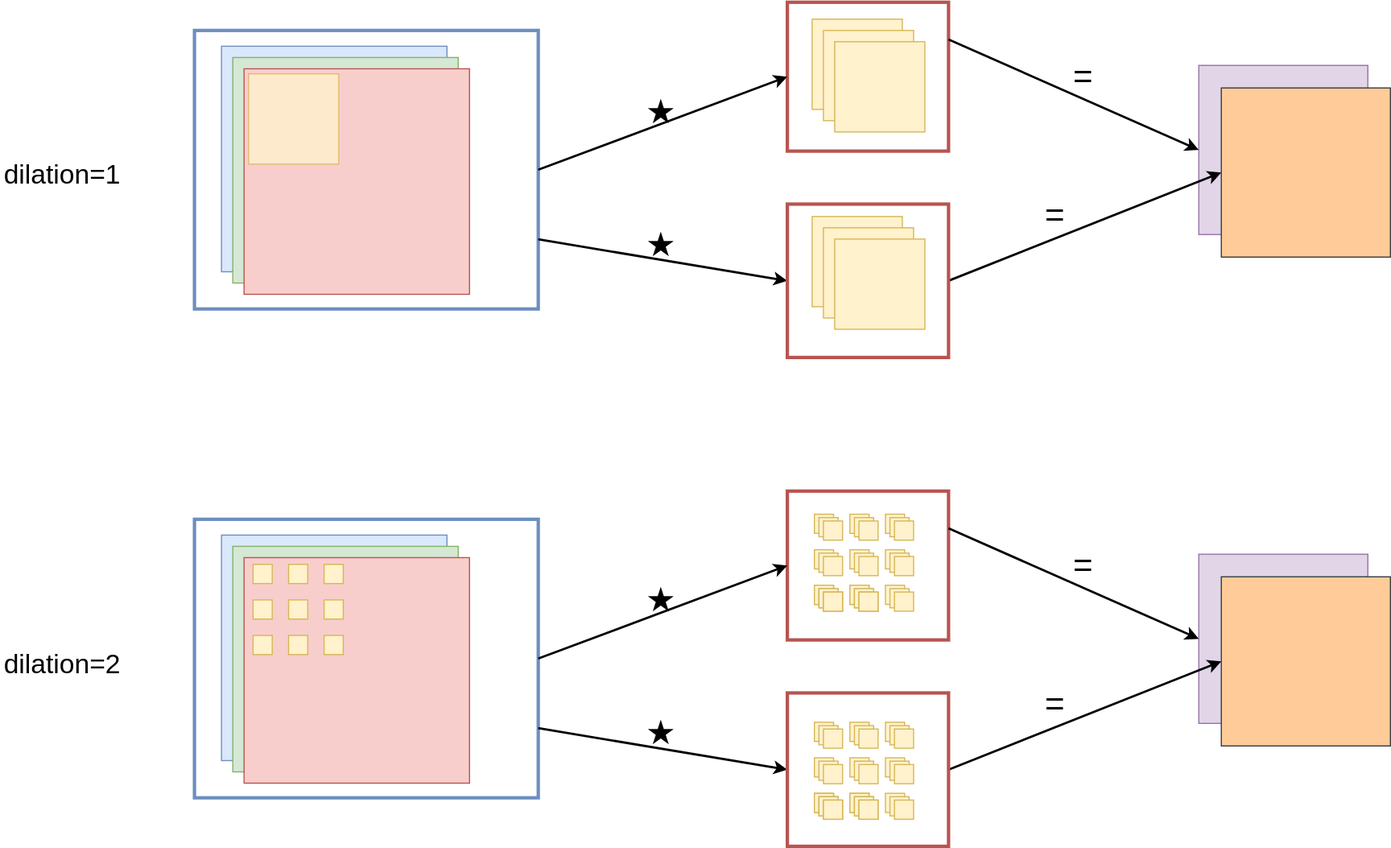
Above: DL/module/Convolution/imgs/dilation2d.svg in itmorn/AI.handbook (draw.io), before the change. Source tidied: cells renumbered, new cells last; positions are measured from the earlier drawing's top-left corner, leaving out a move shared by most shapes.
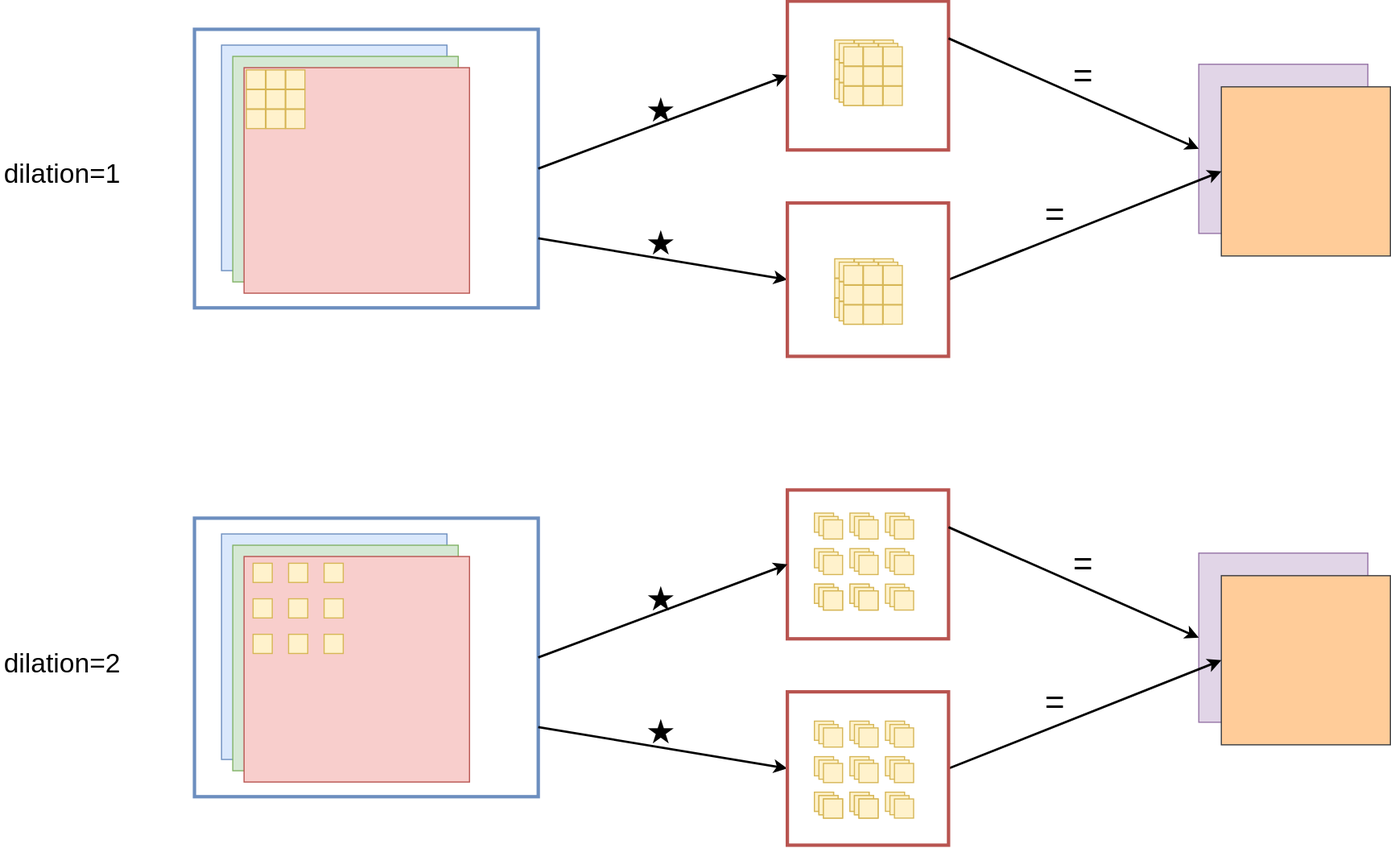
The same file after the commit.

What changed in the source:
```diff
@@ -14,24 +14,6 @@
     <mxCell id="5" style="whiteSpace=wrap;html=1;fillColor=#f8cecc;strokeColor=#b85450;" parent="1" vertex="1">
       <mxGeometry x="216" y="58.5" width="200" height="200" as="geometry" />
     </mxCell>
-    <mxCell id="6" style="whiteSpace=wrap;html=1;fillColor=#fff2cc;strokeColor=#d6b656;" parent="1" vertex="1">
-      <mxGeometry x="720" y="14.5" width="80" height="80" as="geometry" />
-    </mxCell>
-    <mxCell id="7" style="whiteSpace=wrap;html=1;fillColor=#fff2cc;strokeColor=#d6b656;" parent="1" vertex="1">
-      <mxGeometry x="730" y="24.5" width="80" height="80" as="geometry" />
-    </mxCell>
-    <mxCell id="8" style="whiteSpace=wrap;html=1;fillColor=#fff2cc;strokeColor=#d6b656;" parent="1" vertex="1">
-      <mxGeometry x="740" y="34.5" width="80" height="80" as="geometry" />
-    </mxCell>
-    <mxCell id="9" style="whiteSpace=wrap;html=1;fillColor=#fff2cc;strokeColor=#d6b656;" parent="1" vertex="1">
-      <mxGeometry x="720" y="189.5" width="80" height="80" as="geometry" />
-    </mxCell>
-    <mxCell id="10" style="whiteSpace=wrap;html=1;fillColor=#fff2cc;strokeColor=#d6b656;" parent="1" vertex="1">
-      <mxGeometry x="730" y="199.5" width="80" height="80" as="geometry" />
-    </mxCell>
-    <mxCell id="11" style="whiteSpace=wrap;html=1;fillColor=#fff2cc;strokeColor=#d6b656;" parent="1" vertex="1">
-      <mxGeometry x="740" y="209.5" width="80" height="80" as="geometry" />
-    </mxCell>
     <mxCell id="12" style="rounded=0;whiteSpace=wrap;html=1;fontSize=30;fillColor=none;strokeColor=#6c8ebf;strokeWidth=3;" parent="1" vertex="1">
       <mxGeometry x="172" y="24.5" width="305" height="247" as="geometry" />
     </mxCell>
@@ -68,9 +50,6 @@
     <mxCell id="23" value="=" style="text;whiteSpace=wrap;html=1;fontSize=30;" parent="1" vertex="1">
       <mxGeometry x="925" y="163.5" width="34" height="45" as="geometry" />
     </mxCell>
-    <mxCell id="24" style="whiteSpace=wrap;html=1;shadow=0;fillColor=#fff2cc;strokeColor=#d6b656;opacity=80;" parent="1" vertex="1">
-      <mxGeometry x="220" y="63" width="80" height="80" as="geometry" />
-    </mxCell>
     <mxCell id="25" value="dilation=1" style="text;html=1;strokeColor=none;fillColor=none;align=center;verticalAlign=middle;whiteSpace=wrap;rounded=0;fontSize=24;" parent="1" vertex="1">
       <mxGeometry y="131.5" width="110" height="43" as="geometry" />
     </mxCell>
@@ -350,5 +329,230 @@
     <mxCell id="117" style="whiteSpace=wrap;html=1;fillColor=#fff2cc;strokeColor=#d6b656;" parent="1" vertex="1">
       <mxGeometry x="224" y="498" width="17" height="17" as="geometry" />
     </mxCell>
+    <mxCell id="118" style="whiteSpace=wrap;html=1;fillColor=#fff2cc;strokeColor=#d6b656;" parent="1" vertex="1">
+      <mxGeometry x="757.5" y="263" width="17" height="17" as="geometry" />
+    </mxCell>
+    <mxCell id="119" style="whiteSpace=wrap;html=1;fillColor=#fff2cc;strokeColor=#d6b656;" parent="1" vertex="1">
+      <mxGeometry x="740" y="263" width="17" height="17" as="geometry" />
+    </mxCell>
+    <mxCell id="120" style="whiteSpace=wrap;html=1;fillColor=#fff2cc;strokeColor=#d6b656;" parent="1" vertex="1">
+      <mxGeometry x="775" y="263" width="17" height="17" as="geometry" />
+    </mxCell>
+    <mxCell id="121" style="whiteSpace=wrap;html=1;fillColor=#fff2cc;strokeColor=#d6b656;" parent="1" vertex="1">
+      <mxGeometry x="740" y="263" width="17" height="17" as="geometry" />
+    </mxCell>
+    <mxCell id="122" style="whiteSpace=wrap;html=1;fillColor=#fff2cc;strokeColor=#d6b656;" parent="1" vertex="1">
+      <mxGeometry x="757.5" y="263" width="17" height="17" as="geometry" />
+    </mxCell>
+    <mxCell id="123" style="whiteSpace=wrap;html=1;fillColor=#fff2cc;strokeColor=#d6b656;" parent="1" vertex="1">
+      <mxGeometry x="740" y="245.5" width="17" height="17" as="geometry" />
+    </mxCell>
+    <mxCell id="124" style="whiteSpace=wrap;html=1;fillColor=#fff2cc;strokeColor=#d6b656;" parent="1" vertex="1">
+      <mxGeometry x="757.5" y="245.5" width="17" height="17" as="geometry" />
+    </mxCell>
+    <mxCell id="125" style="whiteSpace=wrap;html=1;fillColor=#fff2cc;strokeColor=#d6b656;" parent="1" vertex="1">
+      <mxGeometry x="775" y="245.5" width="17" height="17" as="geometry" />
+    </mxCell>
+    <mxCell id="126" style="whiteSpace=wrap;html=1;fillColor=#fff2cc;strokeColor=#d6b656;" parent="1" vertex="1">
+      <mxGeometry x="740" y="228" width="17" height="17" as="geometry" />
+    </mxCell>
+    <mxCell id="127" style="whiteSpace=wrap;html=1;fillColor=#fff2cc;strokeColor=#d6b656;" parent="1" vertex="1">
+      <mxGeometry x="757.5" y="228" width="17" height="17" as="geometry" />
+    </mxCell>
+    <mxCell id="128" style="whiteSpace=wrap;html=1;fillColor=#fff2cc;strokeColor=#d6b656;" parent="1" vertex="1">
+      <mxGeometry x="775" y="228" width="17" height="17" as="geometry" />
+    </mxCell>
+    <mxCell id="129" style="whiteSpace=wrap;html=1;fillColor=#fff2cc;strokeColor=#d6b656;" parent="1" vertex="1">
+      <mxGeometry x="761.5" y="266" width="17" height="17" as="geometry" />
+    </mxCell>
+    <mxCell id="130" style="whiteSpace=wrap;html=1;fillColor=#fff2cc;strokeColor=#d6b656;" parent="1" vertex="1">
+      <mxGeometry x="744" y="266" width="17" height="17" as="geometry" />
+    </mxCell>
+    <mxCell id="131" style="whiteSpace=wrap;html=1;fillColor=#fff2cc;strokeColor=#d6b656;" parent="1" vertex="1">
+      <mxGeometry x="779" y="266" width="17" height="17" as="geometry" />
+    </mxCell>
+    <mxCell id="132" style="whiteSpace=wrap;html=1;fillColor=#fff2cc;strokeColor=#d6b656;" parent="1" vertex="1">
+      <mxGeometry x="744" y="266" width="17" height="17" as="geometry" />
+    </mxCell>
+    <mxCell id="133" style="whiteSpace=wrap;html=1;fillColor=#fff2cc;strokeColor=#d6b656;" parent="1" vertex="1">
+      <mxGeometry x="761.5" y="266" width="17" height="17" as="geometry" />
+    </mxCell>
+    <mxCell id="134" style="whiteSpace=wrap;html=1;fillColor=#fff2cc;strokeColor=#d6b656;" parent="1" vertex="1">
+      <mxGeometry x="744" y="248.5" width="17" height="17" as="geometry" />
+    </mxCell>
+    <mxCell id="135" style="whiteSpace=wrap;html=1;fillColor=#fff2cc;strokeColor=#d6b656;" parent="1" vertex="1">
+      <mxGeometry x="761.5" y="248.5" width="17" height="17" as="geometry" />
+    </mxCell>
+    <mxCell id="136" style="whiteSpace=wrap;html=1;fillColor=#fff2cc;strokeColor=#d6b656;" parent="1" vertex="1">
+      <mxGeometry x="779" y="248.5" width="17" height="17" as="geometry" />
+    </mxCell>
+    <mxCell id="137" style="whiteSpace=wrap;html=1;fillColor=#fff2cc;strokeColor=#d6b656;" parent="1" vertex="1">
+      <mxGeometry x="744" y="231" width="17" height="17" as="geometry" />
+    </mxCell>
+    <mxCell id="138" style="whiteSpace=wrap;html=1;fillColor=#fff2cc;strokeColor=#d6b656;" parent="1" vertex="1">
+      <mxGeometry x="761.5" y="231" width="17" height="17" as="geometry" />
+    </mxCell>
+    <mxCell id="139" style="whiteSpace=wrap;html=1;fillColor=#fff2cc;strokeColor=#d6b656;" parent="1" vertex="1">
+      <mxGeometry x="779" y="231" width="17" height="17" as="geometry" />
+    </mxCell>
+    <mxCell id="140" style="whiteSpace=wrap;html=1;fillColor=#fff2cc;strokeColor=#d6b656;" parent="1" vertex="1">
+      <mxGeometry x="765.5" y="269" width="17" height="17" as="geometry" />
+    </mxCell>
+    <mxCell id="141" style="whiteSpace=wrap;html=1;fillColor=#fff2cc;strokeColor=#d6b656;" parent="1" vertex="1">
+      <mxGeometry x="748" y="269" width="17" height="17" as="geometry" />
+    </mxCell>
+    <mxCell id="142" style="whiteSpace=wrap;html=1;fillColor=#fff2cc;strokeColor=#d6b656;" parent="1" vertex="1">
+      <mxGeometry x="783" y="269" width="17" height="17" as="geometry" />
+    </mxCell>
+    <mxCell id="143" style="whiteSpace=wrap;html=1;fillColor=#fff2cc;strokeColor=#d6b656;" parent="1" vertex="1">
+      <mxGeometry x="748" y="269" width="17" height="17" as="geometry" />
+    </mxCell>
+    <mxCell id="144" style="whiteSpace=wrap;html=1;fillColor=#fff2cc;strokeColor=#d6b656;" parent="1" vertex="1">
+      <mxGeometry x="765.5" y="269" width="17" height="17" as="geometry" />
+    </mxCell>
+    <mxCell id="145" style="whiteSpace=wrap;html=1;fillColor=#fff2cc;strokeColor=#d6b656;" parent="1" vertex="1">
+      <mxGeometry x="748" y="251.5" width="17" height="17" as="geometry" />
+    </mxCell>
+    <mxCell id="146" style="whiteSpace=wrap;html=1;fillColor=#fff2cc;strokeColor=#d6b656;" parent="1" vertex="1">
+      <mxGeometry x="765.5" y="251.5" width="17" height="17" as="geometry" />
+    </mxCell>
+    <mxCell id="147" style="whiteSpace=wrap;html=1;fillColor=#fff2cc;strokeColor=#d6b656;" parent="1" vertex="1">
+      <mxGeometry x="783" y="251.5" width="17" height="17" as="geometry" />
+    </mxCell>
+    <mxCell id="148" style="whiteSpace=wrap;html=1;fillColor=#fff2cc;strokeColor=#d6b656;" parent="1" vertex="1">
+      <mxGeometry x="748" y="234" width="17" height="17" as="geometry" />
+    </mxCell>
+    <mxCell id="149" style="whiteSpace=wrap;html=1;fillColor=#fff2cc;strokeColor=#d6b656;" parent="1" vertex="1">
+      <mxGeometry x="765.5" y="234" width="17" height="17" as="geometry" />
+    </mxCell>
+    <mxCell id="150" style="whiteSpace=wrap;html=1;fillColor=#fff2cc;strokeColor=#d6b656;" parent="1" vertex="1">
+      <mxGeometry x="783" y="234" width="17" height="17" as="geometry" />
+    </mxCell>
+    <mxCell id="151" style="whiteSpace=wrap;html=1;fillColor=#fff2cc;strokeColor=#d6b656;" parent="1" vertex="1">
+      <mxGeometry x="757.5" y="69" width="17" height="17" as="geometry" />
+    </mxCell>
+    <mxCell id="152" style="whiteSpace=wrap;html=1;fillColor=#fff2cc;strokeColor=#d6b656;" parent="1" vertex="1">
+      <mxGeometry x="740" y="69" width="17" height="17" as="geometry" />
+    </mxCell>
+    <mxCell id="153" style="whiteSpace=wrap;html=1;fillColor=#fff2cc;strokeColor=#d6b656;" parent="1" vertex="1">
+      <mxGeometry x="775" y="69" width="17" height="17" as="geometry" />
+    </mxCell>
+    <mxCell id="154" style="whiteSpace=wrap;html=1;fillColor=#fff2cc;strokeColor=#d6b656;" parent="1" vertex="1">
+      <mxGeometry x="740" y="69" width="17" height="17" as="geometry" />
+    </mxCell>
+    <mxCell id="155" style="whiteSpace=wrap;html=1;fillColor=#fff2cc;strokeColor=#d6b656;" parent="1" vertex="1">
+      <mxGeometry x="757.5" y="69" width="17" height="17" as="geometry" />
+    </mxCell>
+    <mxCell id="156" style="whiteSpace=wrap;html=1;fillColor=#fff2cc;strokeColor=#d6b656;" parent="1" vertex="1">
+      <mxGeometry x="740" y="51.5" width="17" height="17" as="geometry" />
+    </mxCell>
+    <mxCell id="157" style="whiteSpace=wrap;html=1;fillColor=#fff2cc;strokeColor=#d6b656;" parent="1" vertex="1">
+      <mxGeometry x="757.5" y="51.5" width="17" height="17" as="geometry" />
+    </mxCell>
+    <mxCell id="158" style="whiteSpace=wrap;html=1;fillColor=#fff2cc;strokeColor=#d6b656;" parent="1" vertex="1">
+      <mxGeometry x="775" y="51.5" width="17" height="17" as="geometry" />
+    </mxCell>
+    <mxCell id="159" style="whiteSpace=wrap;html=1;fillColor=#fff2cc;strokeColor=#d6b656;" parent="1" vertex="1">
+      <mxGeometry x="740" y="34" width="17" height="17" as="geometry" />
+    </mxCell>
+    <mxCell id="160" style="whiteSpace=wrap;html=1;fillColor=#fff2cc;strokeColor=#d6b656;" parent="1" vertex="1">
+      <mxGeometry x="757.5" y="34" width="17" height="17" as="geometry" />
+    </mxCell>
+    <mxCell id="161" style="whiteSpace=wrap;html=1;fillColor=#fff2cc;strokeColor=#d6b656;" parent="1" vertex="1">
+      <mxGeometry x="775" y="34" width="17" height="17" as="geometry" />
+    </mxCell>
+    <mxCell id="162" style="whiteSpace=wrap;html=1;fillColor=#fff2cc;strokeColor=#d6b656;" parent="1" vertex="1">
+      <mxGeometry x="761.5" y="72" width="17" height="17" as="geometry" />
+    </mxCell>
+    <mxCell id="163" style="whiteSpace=wrap;html=1;fillColor=#fff2cc;strokeColor=#d6b656;" parent="1" vertex="1">
+      <mxGeometry x="744" y="72" width="17" height="17" as="geometry" />
+    </mxCell>
+    <mxCell id="164" style="whiteSpace=wrap;html=1;fillColor=#fff2cc;strokeColor=#d6b656;" parent="1" vertex="1">
+      <mxGeometry x="779" y="72" width="17" height="17" as="geometry" />
+    </mxCell>
+    <mxCell id="165" style="whiteSpace=wrap;html=1;fillColor=#fff2cc;strokeColor=#d6b656;" parent="1" vertex="1">
+      <mxGeometry x="744" y="72" width="17" height="17" as="geometry" />
+    </mxCell>
+    <mxCell id="166" style="whiteSpace=wrap;html=1;fillColor=#fff2cc;strokeColor=#d6b656;" parent="1" vertex="1">
+      <mxGeometry x="761.5" y="72" width="17" height="17" as="geometry" />
+    </mxCell>
+    <mxCell id="167" style="whiteSpace=wrap;html=1;fillColor=#fff2cc;strokeColor=#d6b656;" parent="1" vertex="1">
+      <mxGeometry x="744" y="54.5" width="17" height="17" as="geometry" />
+    </mxCell>
+    <mxCell id="168" style="whiteSpace=wrap;html=1;fillColor=#fff2cc;strokeColor=#d6b656;" parent="1" vertex="1">
+      <mxGeometry x="761.5" y="54.5" width="17" height="17" as="geometry" />
+    </mxCell>
+    <mxCell id="169" style="whiteSpace=wrap;html=1;fillColor=#fff2cc;strokeColor=#d6b656;" parent="1" vertex="1">
+      <mxGeometry x="779" y="54.5" width="17" height="17" as="geometry" />
+    </mxCell>
+    <mxCell id="170" style="whiteSpace=wrap;html=1;fillColor=#fff2cc;strokeColor=#d6b656;" parent="1" vertex="1">
+      <mxGeometry x="744" y="37" width="17" height="17" as="geometry" />
+    </mxCell>
+    <mxCell id="171" style="whiteSpace=wrap;html=1;fillColor=#fff2cc;strokeColor=#d6b656;" parent="1" vertex="1">
+      <mxGeometry x="761.5" y="37" width="17" height="17" as="geometry" />
+    </mxCell>
+    <mxCell id="172" style="whiteSpace=wrap;html=1;fillColor=#fff2cc;strokeColor=#d6b656;" parent="1" vertex="1">
+      <mxGeometry x="779" y="37" width="17" height="17" as="geometry" />
+    </mxCell>
+    <mxCell id="173" style="whiteSpace=wrap;html=1;fillColor=#fff2cc;strokeColor=#d6b656;" parent="1" vertex="1">
+      <mxGeometry x="765.5" y="75" width="17" height="17" as="geometry" />
+    </mxCell>
+    <mxCell id="174" style="whiteSpace=wrap;html=1;fillColor=#fff2cc;strokeColor=#d6b656;" parent="1" vertex="1">
+      <mxGeometry x="748" y="75" width="17" height="17" as="geometry" />
+    </mxCell>
+    <mxCell id="175" style="whiteSpace=wrap;html=1;fillColor=#fff2cc;strokeColor=#d6b656;" parent="1" vertex="1">
+      <mxGeometry x="783" y="75" width="17" height="17" as="geometry" />
+    </mxCell>
+    <mxCell id="176" style="whiteSpace=wrap;html=1;fillColor=#fff2cc;strokeColor=#d6b656;" parent="1" vertex="1">
+      <mxGeometry x="748" y="75" width="17" height="17" as="geometry" />
+    </mxCell>
+    <mxCell id="177" style="whiteSpace=wrap;html=1;fillColor=#fff2cc;strokeColor=#d6b656;" parent="1" vertex="1">
+      <mxGeometry x="765.5" y="75" width="17" height="17" as="geometry" />
+    </mxCell>
+    <mxCell id="178" style="whiteSpace=wrap;html=1;fillColor=#fff2cc;strokeColor=#d6b656;" parent="1" vertex="1">
+      <mxGeometry x="748" y="57.5" width="17" height="17" as="geometry" />
+    </mxCell>
+    <mxCell id="179" style="whiteSpace=wrap;html=1;fillColor=#fff2cc;strokeColor=#d6b656;" parent="1" vertex="1">
+      <mxGeometry x="765.5" y="57.5" width="17" height="17" as="geometry" />
+    </mxCell>
+    <mxCell id="180" style="whiteSpace=wrap;html=1;fillColor=#fff2cc;strokeColor=#d6b656;" parent="1" vertex="1">
+      <mxGeometry x="783" y="57.5" width="17" height="17" as="geometry" />
+    </mxCell>
+    <mxCell id="181" style="whiteSpace=wrap;html=1;fillColor=#fff2cc;strokeColor=#d6b656;" parent="1" vertex="1">
+      <mxGeometry x="748" y="40" width="17" height="17" as="geometry" />
+    </mxCell>
+    <mxCell id="182" style="whiteSpace=wrap;html=1;fillColor=#fff2cc;strokeColor=#d6b656;" parent="1" vertex="1">
+      <mxGeometry x="765.5" y="40" width="17" height="17" as="geometry" />
+    </mxCell>
+    <mxCell id="183" style="whiteSpace=wrap;html=1;fillColor=#fff2cc;strokeColor=#d6b656;" parent="1" vertex="1">
+      <mxGeometry x="783" y="40" width="17" height="17" as="geometry" />
+    </mxCell>
+    <mxCell id="184" style="whiteSpace=wrap;html=1;fillColor=#fff2cc;strokeColor=#d6b656;" parent="1" vertex="1">
+      <mxGeometry x="218" y="60.5" width="17" height="17" as="geometry" />
+    </mxCell>
+    <mxCell id="185" style="whiteSpace=wrap;html=1;fillColor=#fff2cc;strokeColor=#d6b656;" parent="1" vertex="1">
+      <mxGeometry x="235.5" y="60.5" width="17" height="17" as="geometry" />
+    </mxCell>
+    <mxCell id="186" style="whiteSpace=wrap;html=1;fillColor=#fff2cc;strokeColor=#d6b656;" parent="1" vertex="1">
+      <mxGeometry x="253" y="60.5" width="17" height="17" as="geometry" />
+    </mxCell>
+    <mxCell id="187" style="whiteSpace=wrap;html=1;fillColor=#fff2cc;strokeColor=#d6b656;" parent="1" vertex="1">
+      <mxGeometry x="253" y="78" width="17" height="17" as="geometry" />
+    </mxCell>
+    <mxCell id="188" style="whiteSpace=wrap;html=1;fillColor=#fff2cc;strokeColor=#d6b656;" parent="1" vertex="1">
+      <mxGeometry x="235.5" y="78" width="17" height="17" as="geometry" />
+    </mxCell>
+    <mxCell id="189" style="whiteSpace=wrap;html=1;fillColor=#fff2cc;strokeColor=#d6b656;" parent="1" vertex="1">
+      <mxGeometry x="218" y="78" width="17" height="17" as="geometry" />
+    </mxCell>
+    <mxCell id="190" style="whiteSpace=wrap;html=1;fillColor=#fff2cc;strokeColor=#d6b656;" parent="1" vertex="1">
+      <mxGeometry x="218" y="95.5" width="17" height="17" as="geometry" />
+    </mxCell>
+    <mxCell id="191" style="whiteSpace=wrap;html=1;fillColor=#fff2cc;strokeColor=#d6b656;" parent="1" vertex="1">
+      <mxGeometry x="235.5" y="95.5" width="17" height="17" as="geometry" />
+    </mxCell>
+    <mxCell id="192" style="whiteSpace=wrap;html=1;fillColor=#fff2cc;strokeColor=#d6b656;" parent="1" vertex="1">
+      <mxGeometry x="253" y="95.5" width="17" height="17" as="geometry" />
+    </mxCell>
   </root>
 </mxGraphModel>
```
